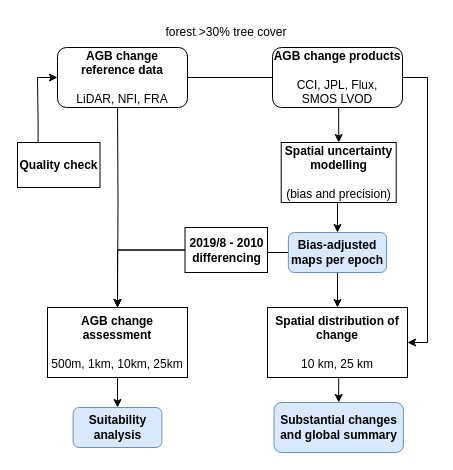
Before: paper2.drawio in arnanaraza/diagrams, a draw.io diagram. Source tidied: cells renumbered, new cells numbered last; positions are measured from the earlier drawing's top-left corner, leaving out a move shared by most shapes. Both pictures are drawn from the tidied source at 100%, with x=0, y=0 at pixel (17, 17).
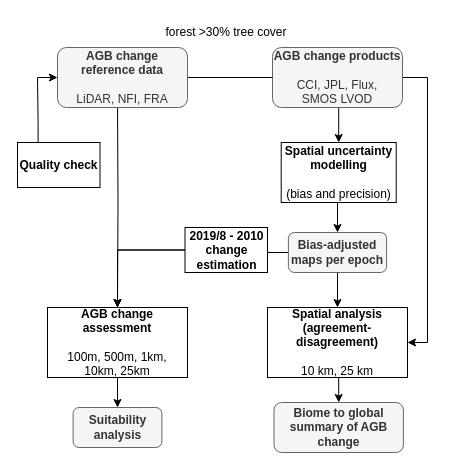
Above is the later version.

The edit, as a diff of the source:
```diff
@@
-    <mxCell id="4" value="&lt;b&gt;AGB change products&lt;br&gt;&lt;/b&gt;&lt;br&gt;CCI, JPL, Flux, &lt;br&gt;SMOS LVOD&lt;span style=&quot;font-family: &amp;#34;helvetica&amp;#34;&quot;&gt;&lt;br&gt;&lt;/span&gt;" style="rounded=1;whiteSpace=wrap;html=1;" parent="1" vertex="1">
+    <mxCell id="4" value="&lt;b&gt;AGB change products&lt;br&gt;&lt;/b&gt;&lt;br&gt;CCI, JPL, Flux, &lt;br&gt;SMOS LVOD&lt;span style=&quot;font-family: &amp;#34;helvetica&amp;#34;&quot;&gt;&lt;br&gt;&lt;/span&gt;" style="rounded=1;whiteSpace=wrap;html=1;fillColor=#f5f5f5;fontColor=#333333;strokeColor=#666666;" parent="1" vertex="1">
       <mxGeometry x="255" y="30" width="130" height="60" as="geometry" />
     </mxCell>
@@
-    <mxCell id="9" value="&lt;b&gt;Bias-adjusted maps per epoch&lt;br&gt;&lt;/b&gt;" style="rounded=1;whiteSpace=wrap;html=1;fillColor=#dae8fc;strokeColor=#6c8ebf;" parent="1" vertex="1">
+    <mxCell id="9" value="&lt;b&gt;Bias-adjusted maps per epoch&lt;br&gt;&lt;/b&gt;" style="rounded=1;whiteSpace=wrap;html=1;fillColor=#f5f5f5;strokeColor=#666666;fontColor=#333333;" parent="1" vertex="1">
       <mxGeometry x="270.9" y="215" width="98.2" height="40" as="geometry" />
     </mxCell>
@@
-    <mxCell id="11" value="&lt;b&gt;AGB change assessment&lt;/b&gt;&lt;br&gt;&lt;br&gt;500m, 1km, 10km, 25km" style="rounded=0;whiteSpace=wrap;html=1;" parent="1" vertex="1">
+    <mxCell id="11" value="&lt;b&gt;AGB change assessment&lt;/b&gt;&lt;br&gt;&lt;br&gt;100m, 500m, 1km, &lt;br&gt;10km, 25km" style="rounded=0;whiteSpace=wrap;html=1;" parent="1" vertex="1">
       <mxGeometry x="30" y="290" width="140" height="70" as="geometry" />
     </mxCell>
@@
-    <mxCell id="16" value="&lt;b&gt;Spatial distribution of change&lt;/b&gt;&lt;br&gt;&lt;br&gt;10 km, 25 km" style="rounded=0;whiteSpace=wrap;html=1;" parent="1" vertex="1">
+    <mxCell id="16" value="&lt;b&gt;Spatial analysis (agreement-disagreement)&lt;br&gt;&lt;/b&gt;&lt;br&gt;10 km, 25 km" style="rounded=0;whiteSpace=wrap;html=1;" parent="1" vertex="1">
       <mxGeometry x="250" y="290" width="140" height="70" as="geometry" />
     </mxCell>
@@
-    <mxCell id="19" value="&lt;b&gt;Suitability analysis&lt;br&gt;&lt;/b&gt;" style="rounded=1;whiteSpace=wrap;html=1;fillColor=#dae8fc;strokeColor=#6c8ebf;" parent="1" vertex="1">
+    <mxCell id="19" value="&lt;b&gt;Suitability analysis&lt;br&gt;&lt;/b&gt;" style="rounded=1;whiteSpace=wrap;html=1;fillColor=#f5f5f5;strokeColor=#666666;fontColor=#333333;" parent="1" vertex="1">
       <mxGeometry x="55.6" y="390" width="88.8" height="40" as="geometry" />
     </mxCell>
-    <mxCell id="20" value="&lt;b&gt;Substantial changes and global summary&lt;/b&gt;" style="rounded=1;whiteSpace=wrap;html=1;fillColor=#dae8fc;strokeColor=#6c8ebf;" parent="1" vertex="1">
+    <mxCell id="20" value="&lt;b&gt;Biome to global summary of AGB change&lt;/b&gt;" style="rounded=1;whiteSpace=wrap;html=1;fillColor=#f5f5f5;strokeColor=#666666;fontColor=#333333;" parent="1" vertex="1">
       <mxGeometry x="256.5" y="385" width="129.4" height="50" as="geometry" />
     </mxCell>
@@
-    <mxCell id="23" value="&lt;b style=&quot;font-family: &amp;#34;helvetica&amp;#34;&quot;&gt;AGB change reference data&lt;/b&gt;&lt;br style=&quot;font-family: &amp;#34;helvetica&amp;#34;&quot;&gt;&lt;br style=&quot;font-family: &amp;#34;helvetica&amp;#34;&quot;&gt;&lt;span style=&quot;font-family: &amp;#34;helvetica&amp;#34;&quot;&gt;LiDAR, NFI, FRA&lt;/span&gt;" style="rounded=1;whiteSpace=wrap;html=1;shadow=0;glass=0;sketch=0;" parent="1" vertex="1">
+    <mxCell id="23" value="&lt;b style=&quot;font-family: &amp;#34;helvetica&amp;#34;&quot;&gt;AGB change reference data&lt;/b&gt;&lt;br style=&quot;font-family: &amp;#34;helvetica&amp;#34;&quot;&gt;&lt;br style=&quot;font-family: &amp;#34;helvetica&amp;#34;&quot;&gt;&lt;span style=&quot;font-family: &amp;#34;helvetica&amp;#34;&quot;&gt;LiDAR, NFI, FRA&lt;/span&gt;" style="rounded=1;whiteSpace=wrap;html=1;shadow=0;glass=0;sketch=0;fillColor=#f5f5f5;fontColor=#333333;strokeColor=#666666;" parent="1" vertex="1">
       <mxGeometry x="40" y="30" width="130" height="60" as="geometry" />
     </mxCell>
-    <mxCell id="24" value="&lt;b&gt;2019/8 - 2010 differencing&lt;/b&gt;" style="rounded=0;whiteSpace=wrap;html=1;" parent="1" vertex="1">
+    <mxCell id="24" value="&lt;b&gt;2019/8 - 2010 change estimation&lt;/b&gt;" style="rounded=0;whiteSpace=wrap;html=1;" parent="1" vertex="1">
       <mxGeometry x="167.5" y="210" width="82.5" height="45" as="geometry" />
     </mxCell>
```
